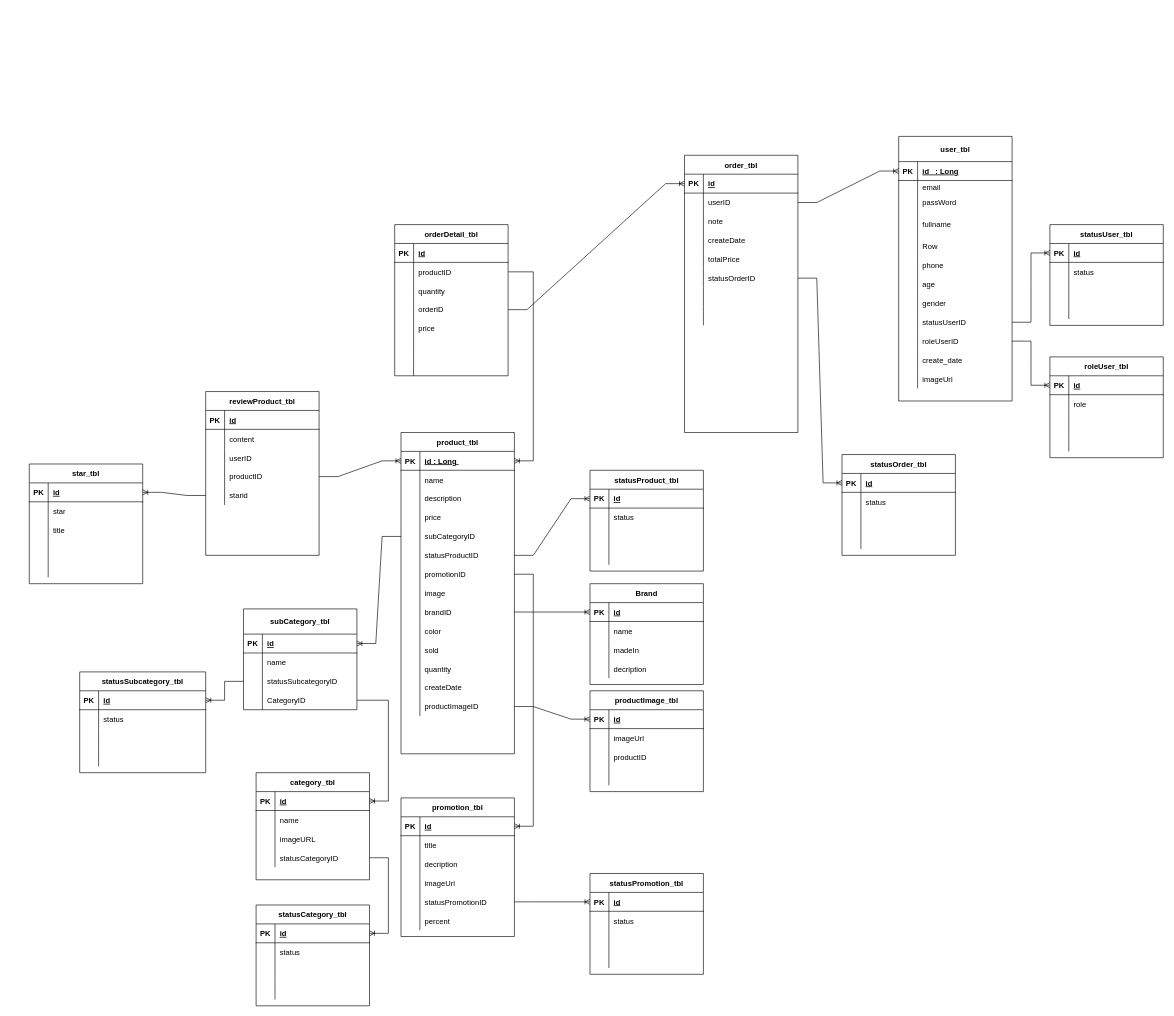
ToanNguyenSVR/Ecommerce_Project keeps this draw.io diagram as ERD_SHOP.drawio. Above is the earlier version. Source tidied: cells renumbered, new cells numbered last; positions are measured from the earlier drawing's top-left corner, leaving out a move shared by most shapes. Both pictures are drawn from the tidied source at 63%, with x=0, y=0 at pixel (29, 136).
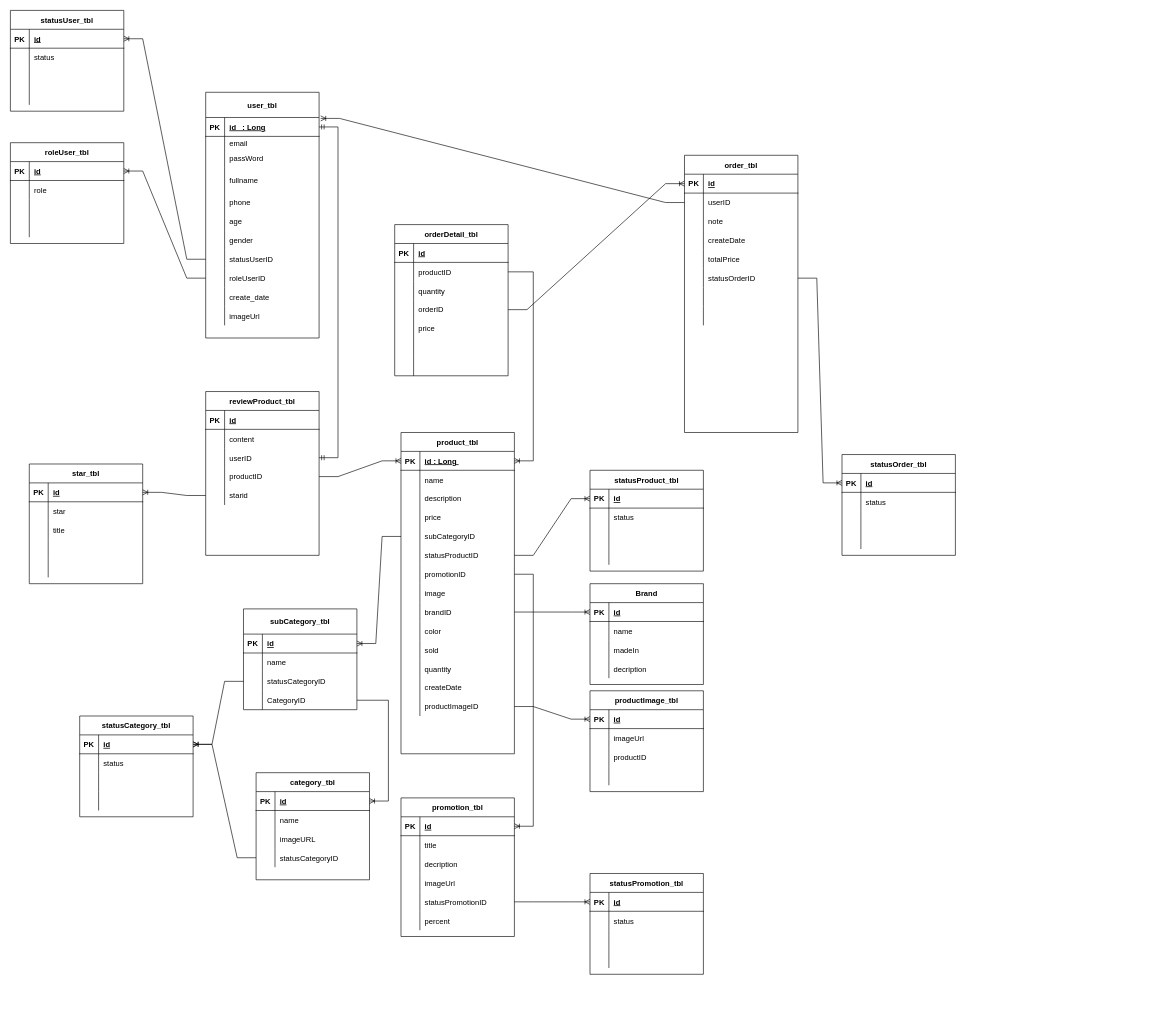
The same diagram, later.

Unchanged cells that the change refers to:
```xml
<mxCell id="97" style="shape=partialRectangle;fillColor=none;top=0;left=0;bottom=0;right=0;points=[[0,0.5],[1,0.5]];portConstraint=eastwest;" parent="90" vertex="1">
  <mxGeometry y="100" width="180" height="30" as="geometry" />
</mxCell>
<mxCell id="130" style="shape=partialRectangle;fillColor=none;top=0;left=0;bottom=1;right=0;points=[[0,0.5],[1,0.5]];portConstraint=eastwest;" parent="129" vertex="1">
  <mxGeometry y="40" width="180" height="30" as="geometry" />
</mxCell>
<mxCell id="205" style="shape=partialRectangle;fillColor=none;top=0;left=0;bottom=0;right=0;points=[[0,0.5],[1,0.5]];portConstraint=eastwest;" parent="201" vertex="1">
  <mxGeometry y="60" width="180" height="30" as="geometry" />
</mxCell>
<mxCell id="240" style="shape=partialRectangle;fillColor=none;top=0;left=0;bottom=1;right=0;points=[[0,0.5],[1,0.5]];portConstraint=eastwest;" parent="239" vertex="1">
  <mxGeometry y="30" width="180" height="30" as="geometry" />
</mxCell>
<mxCell id="298" style="shape=partialRectangle;fillColor=none;top=0;left=0;bottom=0;right=0;points=[[0,0.5],[1,0.5]];portConstraint=eastwest;align=center;" parent="291" vertex="1">
  <mxGeometry y="90" width="180" height="30" as="geometry" />
</mxCell>
```

Change to the diagram source:
```diff
@@
     <mxCell id="77" value="statusUser_tbl" style="shape=table;startSize=30;childLayout=tableLayout;rowLines=0;fontStyle=1;align=center;" parent="1" vertex="1">
-      <mxGeometry x="1620" y="140" width="180" height="160" as="geometry" />
+      <mxGeometry x="-30" y="-200" width="180" height="160" as="geometry" />
     </mxCell>
@@
-    <mxCell id="99" value="statusSubcategoryID" style="shape=partialRectangle;fillColor=none;top=0;left=0;bottom=0;right=0;align=left;spacingLeft=6;overflow=hidden;" parent="97" vertex="1">
+    <mxCell id="99" value="statusCategoryID" style="shape=partialRectangle;fillColor=none;top=0;left=0;bottom=0;right=0;align=left;spacingLeft=6;overflow=hidden;" parent="97" vertex="1">
       <mxGeometry x="30" width="150" height="30" as="geometry" />
     </mxCell>
@@
-    <mxCell id="116" value="statusSubcategory_tbl" style="shape=table;startSize=30;childLayout=tableLayout;rowLines=0;fontStyle=1;align=center;" parent="1" vertex="1">
-      <mxGeometry x="80" y="850" width="200" height="160" as="geometry" />
-    </mxCell>
-    <mxCell id="117" style="shape=partialRectangle;fillColor=none;top=0;left=0;bottom=1;right=0;points=[[0,0.5],[1,0.5]];portConstraint=eastwest;" parent="116" vertex="1">
-      <mxGeometry y="30" width="200" height="30" as="geometry" />
-    </mxCell>
-    <mxCell id="118" value="PK" style="shape=partialRectangle;fillColor=none;top=0;left=0;bottom=0;right=0;fontStyle=1;overflow=hidden;" parent="117" vertex="1">
-      <mxGeometry width="30" height="30" as="geometry" />
-    </mxCell>
-    <mxCell id="119" value="id" style="shape=partialRectangle;fillColor=none;top=0;left=0;bottom=0;right=0;align=left;spacingLeft=6;fontStyle=5;overflow=hidden;" parent="117" vertex="1">
-      <mxGeometry x="30" width="170" height="30" as="geometry" />
-    </mxCell>
-    <mxCell id="120" style="shape=partialRectangle;fillColor=none;top=0;left=0;bottom=0;right=0;" parent="116" vertex="1">
-      <mxGeometry y="60" width="200" height="30" as="geometry" />
-    </mxCell>
-    <mxCell id="121" style="shape=partialRectangle;fillColor=none;top=0;left=0;bottom=0;right=0;overflow=hidden;" parent="120" vertex="1">
-      <mxGeometry width="30" height="30" as="geometry" />
-    </mxCell>
-    <mxCell id="122" value="status" style="shape=partialRectangle;fillColor=none;top=0;left=0;bottom=0;right=0;align=left;spacingLeft=6;overflow=hidden;" parent="120" vertex="1">
-      <mxGeometry x="30" width="170" height="30" as="geometry" />
-    </mxCell>
-    <mxCell id="123" style="shape=partialRectangle;fillColor=none;top=0;left=0;bottom=0;right=0;" parent="116" vertex="1">
-      <mxGeometry y="90" width="200" height="30" as="geometry" />
-    </mxCell>
-    <mxCell id="124" style="shape=partialRectangle;fillColor=none;top=0;left=0;bottom=0;right=0;overflow=hidden;" parent="123" vertex="1">
-      <mxGeometry width="30" height="30" as="geometry" />
-    </mxCell>
-    <mxCell id="125" style="shape=partialRectangle;fillColor=none;top=0;left=0;bottom=0;right=0;align=left;spacingLeft=6;overflow=hidden;" parent="123" vertex="1">
-      <mxGeometry x="30" width="170" height="30" as="geometry" />
-    </mxCell>
-    <mxCell id="126" style="shape=partialRectangle;fillColor=none;top=0;left=0;bottom=0;right=0;" parent="116" vertex="1">
-      <mxGeometry y="120" width="200" height="30" as="geometry" />
-    </mxCell>
-    <mxCell id="127" style="shape=partialRectangle;fillColor=none;top=0;left=0;bottom=0;right=0;overflow=hidden;" parent="126" vertex="1">
-      <mxGeometry width="30" height="30" as="geometry" />
-    </mxCell>
-    <mxCell id="128" style="shape=partialRectangle;fillColor=none;top=0;left=0;bottom=0;right=0;align=left;spacingLeft=6;overflow=hidden;" parent="126" vertex="1">
-      <mxGeometry x="30" width="170" height="30" as="geometry" />
-    </mxCell>
     <mxCell id="129" value="user_tbl" style="shape=table;startSize=40;childLayout=tableLayout;rowLines=0;fontStyle=1;align=center;" parent="1" vertex="1">
-      <mxGeometry x="1380" width="180" height="420" as="geometry" />
+      <mxGeometry x="280" y="-70" width="180" height="390" as="geometry" />
     </mxCell>
@@
-    <mxCell id="142" style="shape=partialRectangle;fillColor=none;top=0;left=0;bottom=0;right=0;align=center;" parent="129" vertex="1">
-      <mxGeometry y="160" width="180" height="30" as="geometry" />
-    </mxCell>
-    <mxCell id="143" style="shape=partialRectangle;fillColor=none;top=0;left=0;bottom=0;right=0;overflow=hidden;align=center;" parent="142" vertex="1">
-      <mxGeometry width="30" height="30" as="geometry" />
-    </mxCell>
-    <mxCell id="144" value="Row" style="shape=partialRectangle;fillColor=none;top=0;left=0;bottom=0;right=0;align=left;spacingLeft=6;overflow=hidden;" parent="142" vertex="1">
-      <mxGeometry x="30" width="150" height="30" as="geometry" />
-    </mxCell>
     <mxCell id="145" style="shape=partialRectangle;fillColor=none;top=0;left=0;bottom=0;right=0;align=center;" parent="129" vertex="1">
-      <mxGeometry y="190" width="180" height="30" as="geometry" />
+      <mxGeometry y="160" width="180" height="30" as="geometry" />
     </mxCell>
@@
     <mxCell id="148" style="shape=partialRectangle;fillColor=none;top=0;left=0;bottom=0;right=0;align=center;" parent="129" vertex="1">
-      <mxGeometry y="220" width="180" height="30" as="geometry" />
+      <mxGeometry y="190" width="180" height="30" as="geometry" />
     </mxCell>
@@
     <mxCell id="151" style="shape=partialRectangle;fillColor=none;top=0;left=0;bottom=0;right=0;align=center;" parent="129" vertex="1">
-      <mxGeometry y="250" width="180" height="30" as="geometry" />
+      <mxGeometry y="220" width="180" height="30" as="geometry" />
     </mxCell>
@@
     <mxCell id="154" style="shape=partialRectangle;fillColor=none;top=0;left=0;bottom=0;right=0;points=[[0,0.5],[1,0.5]];portConstraint=eastwest;align=center;" parent="129" vertex="1">
-      <mxGeometry y="280" width="180" height="30" as="geometry" />
+      <mxGeometry y="250" width="180" height="30" as="geometry" />
     </mxCell>
@@
     <mxCell id="157" style="shape=partialRectangle;fillColor=none;top=0;left=0;bottom=0;right=0;points=[[0,0.5],[1,0.5]];portConstraint=eastwest;align=center;" parent="129" vertex="1">
-      <mxGeometry y="310" width="180" height="30" as="geometry" />
+      <mxGeometry y="280" width="180" height="30" as="geometry" />
     </mxCell>
@@
     <mxCell id="160" style="shape=partialRectangle;fillColor=none;top=0;left=0;bottom=0;right=0;align=center;" parent="129" vertex="1">
-      <mxGeometry y="340" width="180" height="30" as="geometry" />
+      <mxGeometry y="310" width="180" height="30" as="geometry" />
     </mxCell>
@@
     <mxCell id="163" style="shape=partialRectangle;fillColor=none;top=0;left=0;bottom=0;right=0;align=center;" parent="129" vertex="1">
-      <mxGeometry y="370" width="180" height="30" as="geometry" />
+      <mxGeometry y="340" width="180" height="30" as="geometry" />
     </mxCell>
@@
     <mxCell id="239" value="statusCategory_tbl" style="shape=table;startSize=30;childLayout=tableLayout;rowLines=0;fontStyle=1;align=center;" parent="1" vertex="1">
-      <mxGeometry x="360" y="1220" width="180" height="160" as="geometry" />
+      <mxGeometry x="80" y="920" width="180" height="160" as="geometry" />
     </mxCell>
@@
     <mxCell id="252" value="roleUser_tbl" style="shape=table;startSize=30;childLayout=tableLayout;rowLines=0;fontStyle=1;align=center;" parent="1" vertex="1">
-      <mxGeometry x="1620" y="350" width="180" height="160" as="geometry" />
+      <mxGeometry x="-30" y="10" width="180" height="160" as="geometry" />
     </mxCell>
@@
-    <mxCell id="335" style="edgeStyle=entityRelationEdgeStyle;fontSize=12;html=1;endArrow=ERoneToMany;rounded=0;" parent="1" edge="1" source="97" target="117">
-      <mxGeometry relative="1" as="geometry" />
-    </mxCell>
-    <mxCell id="336" style="edgeStyle=entityRelationEdgeStyle;fontSize=12;html=1;endArrow=ERoneToMany;rounded=0;" parent="1" edge="1" source="205" target="130">
+    <mxCell id="336" style="edgeStyle=entityRelationEdgeStyle;fontSize=12;html=1;endArrow=ERoneToMany;rounded=0;entryX=1.014;entryY=0.049;entryDx=0;entryDy=0;entryPerimeter=0;" parent="1" edge="1" source="205" target="130">
       <mxGeometry relative="1" as="geometry" />
     </mxCell>
@@
+    <mxCell id="340" style="edgeStyle=entityRelationEdgeStyle;fontSize=12;html=1;endArrow=ERmandOne;startArrow=ERmandOne;rounded=0;" parent="1" edge="1" source="298" target="130">
+      <mxGeometry relative="1" as="geometry" />
+    </mxCell>
+    <mxCell id="341" style="edgeStyle=entityRelationEdgeStyle;fontSize=12;html=1;endArrow=ERoneToMany;rounded=0;" parent="1" edge="1" source="97" target="240">
+      <mxGeometry relative="1" as="geometry" />
+    </mxCell>
```
